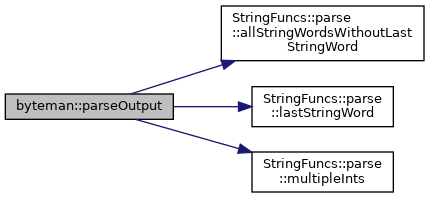
This is classbyteman_a2ff1e5c9e9b542e9f74768b296ace32f_cgraph.png from FPGA-Research-Manchester/byteman, a Graphviz export, as it was before one commit. Its source is kept beside it as classbyteman_a2ff1e5c9e9b542e9f74768b296ace32f_cgraph.dot.
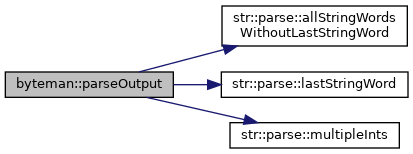
Later version of the same file.

Diff of the diagram source:
```diff
@@ -5,9 +5,9 @@
   rankdir="LR";
   Node1 [label="byteman::parseOutput",height=0.2,width=0.4,color="black", fillcolor="grey75", style="filled", fontcolor="black",tooltip=" "];
   Node1 -> Node2 [color="midnightblue",fontsize="10",style="solid",fontname="Helvetica"];
-  Node2 [label="StringFuncs::parse\l::allStringWordsWithoutLast\lStringWord",height=0.2,width=0.4,color="black", fillcolor="white", style="filled",URL="$namespaceStringFuncs_1_1parse.html#a8d43ee6e9732d4b7e99dd4b855ff7afd",tooltip=" "];
+  Node2 [label="str::parse::allStringWords\lWithoutLastStringWord",height=0.2,width=0.4,color="black", fillcolor="white", style="filled",URL="$namespacestr_1_1parse.html#a6b918a3515ff512b9e181d2cf3cf2563",tooltip=" "];
   Node1 -> Node3 [color="midnightblue",fontsize="10",style="solid",fontname="Helvetica"];
-  Node3 [label="StringFuncs::parse\l::lastStringWord",height=0.2,width=0.4,color="black", fillcolor="white", style="filled",URL="$namespaceStringFuncs_1_1parse.html#aa8383cc85530e6443ce534719e7bdf5a",tooltip=" "];
+  Node3 [label="str::parse::lastStringWord",height=0.2,width=0.4,color="black", fillcolor="white", style="filled",URL="$namespacestr_1_1parse.html#a518e4e06532584a6856409eaf9872922",tooltip=" "];
   Node1 -> Node4 [color="midnightblue",fontsize="10",style="solid",fontname="Helvetica"];
-  Node4 [label="StringFuncs::parse\l::multipleInts",height=0.2,width=0.4,color="black", fillcolor="white", style="filled",URL="$namespaceStringFuncs_1_1parse.html#a1fdd2658af3f1bb42e177f4171f6e616",tooltip=" "];
+  Node4 [label="str::parse::multipleInts",height=0.2,width=0.4,color="black", fillcolor="white", style="filled",URL="$namespacestr_1_1parse.html#a9f14cc7345a3fc0591a6afaf8033e6d1",tooltip=" "];
 }
```
